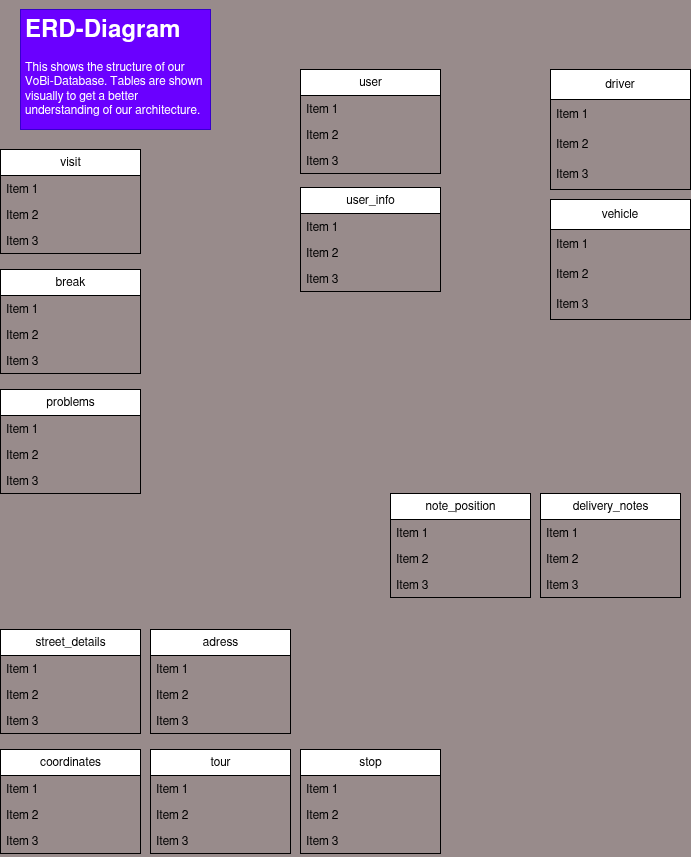
gabrielbindi/VoBi-Tour keeps this draw.io diagram as docs/database/database_erd.drawio.png. Above is the earlier version. Source tidied: cells renumbered, new cells last; positions are measured from the earlier drawing's top-left corner, leaving out a move shared by most shapes.
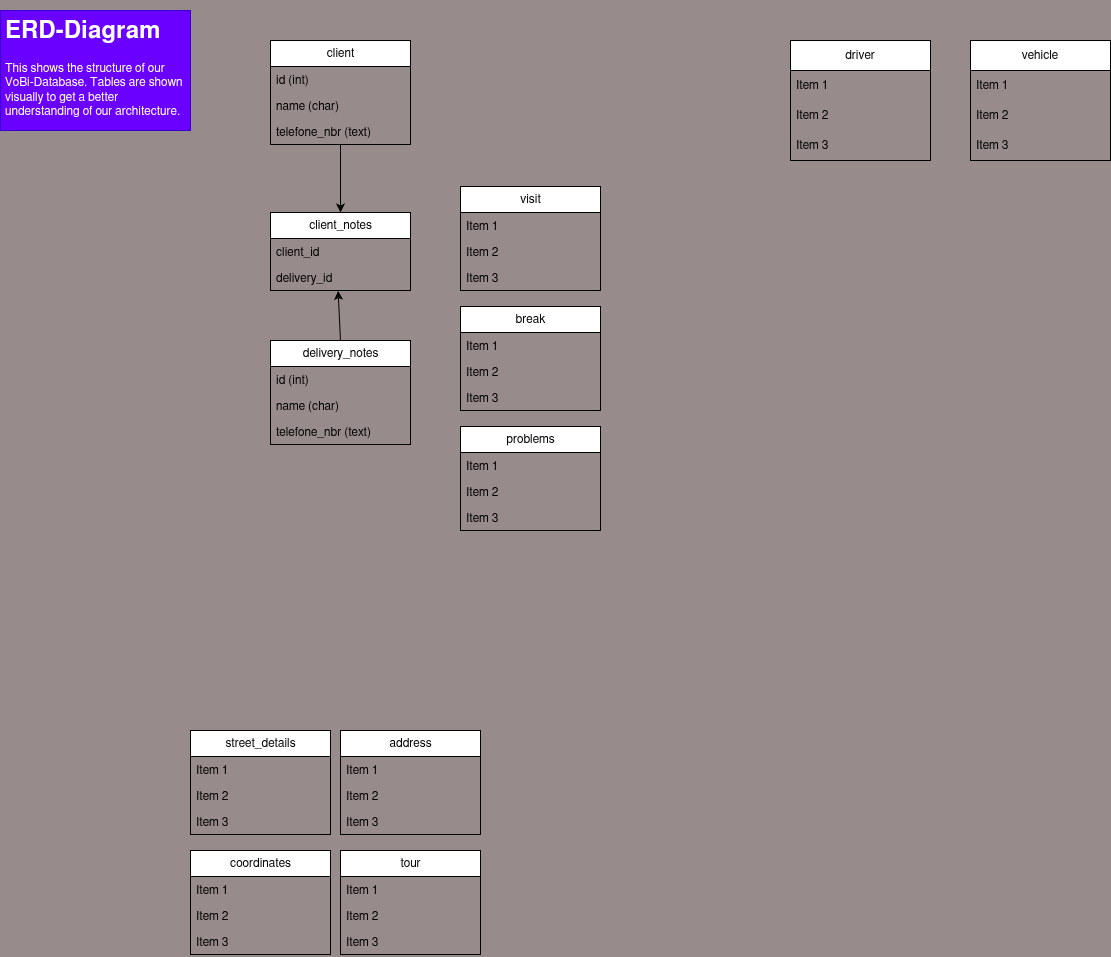
Later version of the same file.

Commit message:
#15 client->notes connection

The edit, as a diff of the source:
```diff
@@ -6,7 +6,7 @@
       <mxGeometry x="20" width="190" height="120" as="geometry" />
     </mxCell>
     <mxCell id="3" value="vehicle" style="swimlane;fontStyle=0;horizontal=1;startSize=30;whiteSpace=wrap;html=1;" parent="1" vertex="1">
-      <mxGeometry x="550" y="190" width="140" height="120" as="geometry" />
+      <mxGeometry x="990" y="30" width="140" height="120" as="geometry" />
     </mxCell>
     <mxCell id="4" value="Item 1" style="text;strokeColor=none;fillColor=none;align=left;verticalAlign=middle;spacingLeft=4;spacingRight=4;overflow=hidden;whiteSpace=wrap;html=1;" parent="3" vertex="1">
       <mxGeometry y="30" width="140" height="30" as="geometry" />
@@ -18,7 +18,7 @@
       <mxGeometry y="90" width="140" height="30" as="geometry" />
     </mxCell>
     <mxCell id="7" value="driver" style="swimlane;fontStyle=0;horizontal=1;startSize=30;whiteSpace=wrap;html=1;" parent="1" vertex="1">
-      <mxGeometry x="550" y="60" width="140" height="120" as="geometry" />
+      <mxGeometry x="810" y="30" width="140" height="120" as="geometry" />
     </mxCell>
     <mxCell id="8" value="Item 1" style="text;strokeColor=none;fillColor=none;align=left;verticalAlign=middle;spacingLeft=4;spacingRight=4;overflow=hidden;whiteSpace=wrap;html=1;" parent="7" vertex="1">
       <mxGeometry y="30" width="140" height="30" as="geometry" />
@@ -29,20 +29,23 @@
     <mxCell id="10" value="Item 3" style="text;strokeColor=none;fillColor=none;align=left;verticalAlign=middle;spacingLeft=4;spacingRight=4;overflow=hidden;whiteSpace=wrap;html=1;" parent="7" vertex="1">
       <mxGeometry y="90" width="140" height="30" as="geometry" />
     </mxCell>
+    <mxCell id="59" style="edgeStyle=none;html=1;entryX=0.5;entryY=0;entryDx=0;entryDy=0;" parent="1" edge="1" source="11" target="51">
+      <mxGeometry relative="1" as="geometry" />
+    </mxCell>
-    <mxCell id="11" value="user" style="swimlane;fontStyle=0;horizontal=1;startSize=26;html=1;" parent="1" vertex="1">
-      <mxGeometry x="300" y="60" width="140" height="104" as="geometry" />
+    <mxCell id="11" value="client" style="swimlane;fontStyle=0;horizontal=1;startSize=26;html=1;" parent="1" vertex="1">
+      <mxGeometry x="290" y="30" width="140" height="104" as="geometry" />
     </mxCell>
-    <mxCell id="12" value="Item 1" style="text;strokeColor=none;fillColor=none;align=left;verticalAlign=top;spacingLeft=4;spacingRight=4;overflow=hidden;whiteSpace=wrap;html=1;" parent="11" vertex="1">
-      <mxGeometry y="26" width="140" height="26" as="geometry" />
-    </mxCell>
-    <mxCell id="13" value="Item 2" style="text;strokeColor=none;fillColor=none;align=left;verticalAlign=top;spacingLeft=4;spacingRight=4;overflow=hidden;whiteSpace=wrap;html=1;" parent="11" vertex="1">
-      <mxGeometry y="52" width="140" height="26" as="geometry" />
+    <mxCell id="13" value="id (int)" style="text;strokeColor=none;fillColor=none;align=left;verticalAlign=top;spacingLeft=4;spacingRight=4;overflow=hidden;whiteSpace=wrap;html=1;" parent="11" vertex="1">
+      <mxGeometry y="26" width="140" height="26" as="geometry" />
     </mxCell>
-    <mxCell id="14" value="Item 3" style="text;strokeColor=none;fillColor=none;align=left;verticalAlign=top;spacingLeft=4;spacingRight=4;overflow=hidden;whiteSpace=wrap;html=1;" parent="11" vertex="1">
-      <mxGeometry y="78" width="140" height="26" as="geometry" />
+    <mxCell id="14" value="name (char)" style="text;strokeColor=none;fillColor=none;align=left;verticalAlign=top;spacingLeft=4;spacingRight=4;overflow=hidden;whiteSpace=wrap;html=1;" parent="11" vertex="1">
+      <mxGeometry y="52" width="140" height="26" as="geometry" />
     </mxCell>
+    <mxCell id="60" value="telefone_nbr (text)" style="text;strokeColor=none;fillColor=none;align=left;verticalAlign=top;spacingLeft=4;spacingRight=4;overflow=hidden;whiteSpace=wrap;html=1;" parent="11" vertex="1">
+      <mxGeometry y="78" width="140" height="26" as="geometry" />
+    </mxCell>
-    <mxCell id="15" value="adress" style="swimlane;fontStyle=0;horizontal=1;startSize=26;html=1;" parent="1" vertex="1">
-      <mxGeometry x="150" y="620" width="140" height="104" as="geometry" />
+    <mxCell id="15" value="address" style="swimlane;fontStyle=0;horizontal=1;startSize=26;html=1;" parent="1" vertex="1">
+      <mxGeometry x="360" y="720" width="140" height="104" as="geometry" />
     </mxCell>
     <mxCell id="16" value="Item 1" style="text;strokeColor=none;fillColor=none;align=left;verticalAlign=top;spacingLeft=4;spacingRight=4;overflow=hidden;whiteSpace=wrap;html=1;" parent="15" vertex="1">
       <mxGeometry y="26" width="140" height="26" as="geometry" />
@@ -53,20 +56,8 @@
     <mxCell id="18" value="Item 3" style="text;strokeColor=none;fillColor=none;align=left;verticalAlign=top;spacingLeft=4;spacingRight=4;overflow=hidden;whiteSpace=wrap;html=1;" parent="15" vertex="1">
       <mxGeometry y="78" width="140" height="26" as="geometry" />
     </mxCell>
-    <mxCell id="19" value="note_position" style="swimlane;fontStyle=0;horizontal=1;startSize=26;html=1;" parent="1" vertex="1">
-      <mxGeometry x="390" y="484" width="140" height="104" as="geometry" />
-    </mxCell>
-    <mxCell id="20" value="Item 1" style="text;strokeColor=none;fillColor=none;align=left;verticalAlign=top;spacingLeft=4;spacingRight=4;overflow=hidden;whiteSpace=wrap;html=1;" parent="19" vertex="1">
-      <mxGeometry y="26" width="140" height="26" as="geometry" />
-    </mxCell>
-    <mxCell id="21" value="Item 2" style="text;strokeColor=none;fillColor=none;align=left;verticalAlign=top;spacingLeft=4;spacingRight=4;overflow=hidden;whiteSpace=wrap;html=1;" parent="19" vertex="1">
-      <mxGeometry y="52" width="140" height="26" as="geometry" />
-    </mxCell>
-    <mxCell id="22" value="Item 3" style="text;strokeColor=none;fillColor=none;align=left;verticalAlign=top;spacingLeft=4;spacingRight=4;overflow=hidden;whiteSpace=wrap;html=1;" parent="19" vertex="1">
-      <mxGeometry y="78" width="140" height="26" as="geometry" />
-    </mxCell>
     <mxCell id="23" value="street_details" style="swimlane;fontStyle=0;horizontal=1;startSize=26;html=1;" parent="1" vertex="1">
-      <mxGeometry y="620" width="140" height="104" as="geometry" />
+      <mxGeometry x="210" y="720" width="140" height="104" as="geometry" />
     </mxCell>
     <mxCell id="24" value="Item 1" style="text;strokeColor=none;fillColor=none;align=left;verticalAlign=top;spacingLeft=4;spacingRight=4;overflow=hidden;whiteSpace=wrap;html=1;" parent="23" vertex="1">
       <mxGeometry y="26" width="140" height="26" as="geometry" />
@@ -78,7 +69,7 @@
       <mxGeometry y="78" width="140" height="26" as="geometry" />
     </mxCell>
     <mxCell id="27" value="tour" style="swimlane;fontStyle=0;horizontal=1;startSize=26;html=1;" parent="1" vertex="1">
-      <mxGeometry x="150" y="740" width="140" height="104" as="geometry" />
+      <mxGeometry x="360" y="840" width="140" height="104" as="geometry" />
     </mxCell>
     <mxCell id="28" value="Item 1" style="text;strokeColor=none;fillColor=none;align=left;verticalAlign=top;spacingLeft=4;spacingRight=4;overflow=hidden;whiteSpace=wrap;html=1;" parent="27" vertex="1">
       <mxGeometry y="26" width="140" height="26" as="geometry" />
@@ -89,20 +80,8 @@
     <mxCell id="30" value="Item 3" style="text;strokeColor=none;fillColor=none;align=left;verticalAlign=top;spacingLeft=4;spacingRight=4;overflow=hidden;whiteSpace=wrap;html=1;" parent="27" vertex="1">
       <mxGeometry y="78" width="140" height="26" as="geometry" />
     </mxCell>
-    <mxCell id="31" value="stop" style="swimlane;fontStyle=0;horizontal=1;startSize=26;html=1;" parent="1" vertex="1">
-      <mxGeometry x="300" y="740" width="140" height="104" as="geometry" />
-    </mxCell>
-    <mxCell id="32" value="Item 1" style="text;strokeColor=none;fillColor=none;align=left;verticalAlign=top;spacingLeft=4;spacingRight=4;overflow=hidden;whiteSpace=wrap;html=1;" parent="31" vertex="1">
-      <mxGeometry y="26" width="140" height="26" as="geometry" />
-    </mxCell>
-    <mxCell id="33" value="Item 2" style="text;strokeColor=none;fillColor=none;align=left;verticalAlign=top;spacingLeft=4;spacingRight=4;overflow=hidden;whiteSpace=wrap;html=1;" parent="31" vertex="1">
-      <mxGeometry y="52" width="140" height="26" as="geometry" />
-    </mxCell>
-    <mxCell id="34" value="Item 3" style="text;strokeColor=none;fillColor=none;align=left;verticalAlign=top;spacingLeft=4;spacingRight=4;overflow=hidden;whiteSpace=wrap;html=1;" parent="31" vertex="1">
-      <mxGeometry y="78" width="140" height="26" as="geometry" />
-    </mxCell>
     <mxCell id="35" value="visit" style="swimlane;fontStyle=0;horizontal=1;startSize=26;html=1;" parent="1" vertex="1">
-      <mxGeometry y="140" width="140" height="104" as="geometry" />
+      <mxGeometry x="480" y="176" width="140" height="104" as="geometry" />
     </mxCell>
     <mxCell id="36" value="Item 1" style="text;strokeColor=none;fillColor=none;align=left;verticalAlign=top;spacingLeft=4;spacingRight=4;overflow=hidden;whiteSpace=wrap;html=1;" parent="35" vertex="1">
       <mxGeometry y="26" width="140" height="26" as="geometry" />
@@ -113,20 +92,8 @@
     <mxCell id="38" value="Item 3" style="text;strokeColor=none;fillColor=none;align=left;verticalAlign=top;spacingLeft=4;spacingRight=4;overflow=hidden;whiteSpace=wrap;html=1;" parent="35" vertex="1">
       <mxGeometry y="78" width="140" height="26" as="geometry" />
     </mxCell>
-    <mxCell id="39" value="coordinates" style="swimlane;fontStyle=0;horizontal=1;startSize=26;html=1;" parent="1" vertex="1">
-      <mxGeometry y="740" width="140" height="104" as="geometry" />
-    </mxCell>
-    <mxCell id="40" value="Item 1" style="text;strokeColor=none;fillColor=none;align=left;verticalAlign=top;spacingLeft=4;spacingRight=4;overflow=hidden;whiteSpace=wrap;html=1;" parent="39" vertex="1">
-      <mxGeometry y="26" width="140" height="26" as="geometry" />
-    </mxCell>
-    <mxCell id="41" value="Item 2" style="text;strokeColor=none;fillColor=none;align=left;verticalAlign=top;spacingLeft=4;spacingRight=4;overflow=hidden;whiteSpace=wrap;html=1;" parent="39" vertex="1">
-      <mxGeometry y="52" width="140" height="26" as="geometry" />
-    </mxCell>
-    <mxCell id="42" value="Item 3" style="text;strokeColor=none;fillColor=none;align=left;verticalAlign=top;spacingLeft=4;spacingRight=4;overflow=hidden;whiteSpace=wrap;html=1;" parent="39" vertex="1">
-      <mxGeometry y="78" width="140" height="26" as="geometry" />
-    </mxCell>
     <mxCell id="43" value="break" style="swimlane;fontStyle=0;horizontal=1;startSize=26;html=1;" parent="1" vertex="1">
-      <mxGeometry y="260" width="140" height="104" as="geometry" />
+      <mxGeometry x="480" y="296" width="140" height="104" as="geometry" />
     </mxCell>
     <mxCell id="44" value="Item 1" style="text;strokeColor=none;fillColor=none;align=left;verticalAlign=top;spacingLeft=4;spacingRight=4;overflow=hidden;whiteSpace=wrap;html=1;" parent="43" vertex="1">
       <mxGeometry y="26" width="140" height="26" as="geometry" />
@@ -138,7 +105,7 @@
       <mxGeometry y="78" width="140" height="26" as="geometry" />
     </mxCell>
     <mxCell id="47" value="problems" style="swimlane;fontStyle=0;horizontal=1;startSize=26;html=1;" parent="1" vertex="1">
-      <mxGeometry y="380" width="140" height="104" as="geometry" />
+      <mxGeometry x="480" y="416" width="140" height="104" as="geometry" />
     </mxCell>
     <mxCell id="48" value="Item 1" style="text;strokeColor=none;fillColor=none;align=left;verticalAlign=top;spacingLeft=4;spacingRight=4;overflow=hidden;whiteSpace=wrap;html=1;" parent="47" vertex="1">
       <mxGeometry y="26" width="140" height="26" as="geometry" />
@@ -149,29 +116,41 @@
     <mxCell id="50" value="Item 3" style="text;strokeColor=none;fillColor=none;align=left;verticalAlign=top;spacingLeft=4;spacingRight=4;overflow=hidden;whiteSpace=wrap;html=1;" parent="47" vertex="1">
       <mxGeometry y="78" width="140" height="26" as="geometry" />
     </mxCell>
-    <mxCell id="51" value="delivery_notes" style="swimlane;fontStyle=0;horizontal=1;startSize=26;html=1;" parent="1" vertex="1">
-      <mxGeometry x="540" y="484" width="140" height="104" as="geometry" />
+    <mxCell id="51" value="client_notes" style="swimlane;fontStyle=0;horizontal=1;startSize=26;html=1;" parent="1" vertex="1">
+      <mxGeometry x="290" y="202" width="140" height="78" as="geometry" />
     </mxCell>
-    <mxCell id="52" value="Item 1" style="text;strokeColor=none;fillColor=none;align=left;verticalAlign=top;spacingLeft=4;spacingRight=4;overflow=hidden;whiteSpace=wrap;html=1;" parent="51" vertex="1">
+    <mxCell id="52" value="client_id" style="text;fillColor=none;align=left;verticalAlign=top;spacingLeft=4;spacingRight=4;overflow=hidden;whiteSpace=wrap;html=1;" parent="51" vertex="1">
       <mxGeometry y="26" width="140" height="26" as="geometry" />
     </mxCell>
-    <mxCell id="53" value="Item 2" style="text;strokeColor=none;fillColor=none;align=left;verticalAlign=top;spacingLeft=4;spacingRight=4;overflow=hidden;points=[[0,0.5],[1,0.5]];portConstraint=eastwest;whiteSpace=wrap;html=1;" parent="51" vertex="1">
+    <mxCell id="53" value="delivery_id" style="text;fillColor=none;align=left;verticalAlign=top;spacingLeft=4;spacingRight=4;overflow=hidden;points=[[0,0.5],[1,0.5]];portConstraint=eastwest;whiteSpace=wrap;html=1;" parent="51" vertex="1">
       <mxGeometry y="52" width="140" height="26" as="geometry" />
     </mxCell>
-    <mxCell id="54" value="Item 3" style="text;strokeColor=none;fillColor=none;align=left;verticalAlign=top;spacingLeft=4;spacingRight=4;overflow=hidden;whiteSpace=wrap;html=1;" parent="51" vertex="1">
-      <mxGeometry y="78" width="140" height="26" as="geometry" />
-    </mxCell>
-    <mxCell id="55" value="user_info" style="swimlane;fontStyle=0;horizontal=1;startSize=26;html=1;" parent="1" vertex="1">
-      <mxGeometry x="300" y="178" width="140" height="104" as="geometry" />
-    </mxCell>
-    <mxCell id="56" value="Item 1" style="text;strokeColor=none;fillColor=none;align=left;verticalAlign=top;spacingLeft=4;spacingRight=4;overflow=hidden;whiteSpace=wrap;html=1;" parent="55" vertex="1">
-      <mxGeometry y="26" width="140" height="26" as="geometry" />
-    </mxCell>
-    <mxCell id="57" value="Item 2" style="text;strokeColor=none;fillColor=none;align=left;verticalAlign=top;spacingLeft=4;spacingRight=4;overflow=hidden;whiteSpace=wrap;html=1;" parent="55" vertex="1">
-      <mxGeometry y="52" width="140" height="26" as="geometry" />
-    </mxCell>
-    <mxCell id="58" value="Item 3" style="text;strokeColor=none;fillColor=none;align=left;verticalAlign=top;spacingLeft=4;spacingRight=4;overflow=hidden;whiteSpace=wrap;html=1;" parent="55" vertex="1">
-      <mxGeometry y="78" width="140" height="26" as="geometry" />
-    </mxCell>
+    <mxCell id="39" value="coordinates" style="swimlane;fontStyle=0;horizontal=1;startSize=26;html=1;" parent="1" vertex="1">
+      <mxGeometry x="210" y="840" width="140" height="104" as="geometry" />
+    </mxCell>
+    <mxCell id="61" value="Item 1" style="text;fillColor=none;align=left;verticalAlign=top;spacingLeft=4;spacingRight=4;overflow=hidden;whiteSpace=wrap;html=1;" parent="39" vertex="1">
+      <mxGeometry y="26" width="140" height="26" as="geometry" />
+    </mxCell>
+    <mxCell id="62" value="Item 2" style="text;fillColor=none;align=left;verticalAlign=top;spacingLeft=4;spacingRight=4;overflow=hidden;whiteSpace=wrap;html=1;" parent="39" vertex="1">
+      <mxGeometry y="52" width="140" height="26" as="geometry" />
+    </mxCell>
+    <mxCell id="63" value="Item 3" style="text;fillColor=none;align=left;verticalAlign=top;spacingLeft=4;spacingRight=4;overflow=hidden;whiteSpace=wrap;html=1;" parent="39" vertex="1">
+      <mxGeometry y="78" width="140" height="26" as="geometry" />
+    </mxCell>
+    <mxCell id="64" style="edgeStyle=none;html=1;exitX=0.5;exitY=0;exitDx=0;exitDy=0;entryX=0.483;entryY=1.018;entryDx=0;entryDy=0;entryPerimeter=0;" parent="1" edge="1" source="65" target="53">
+      <mxGeometry relative="1" as="geometry" />
+    </mxCell>
+    <mxCell id="65" value="delivery_notes" style="swimlane;fontStyle=0;horizontal=1;startSize=26;html=1;" parent="1" vertex="1">
+      <mxGeometry x="290" y="330" width="140" height="104" as="geometry" />
+    </mxCell>
+    <mxCell id="66" value="id (int)" style="text;strokeColor=none;fillColor=none;align=left;verticalAlign=top;spacingLeft=4;spacingRight=4;overflow=hidden;whiteSpace=wrap;html=1;" parent="65" vertex="1">
+      <mxGeometry y="26" width="140" height="26" as="geometry" />
+    </mxCell>
+    <mxCell id="67" value="name (char)" style="text;strokeColor=none;fillColor=none;align=left;verticalAlign=top;spacingLeft=4;spacingRight=4;overflow=hidden;whiteSpace=wrap;html=1;" parent="65" vertex="1">
+      <mxGeometry y="52" width="140" height="26" as="geometry" />
+    </mxCell>
+    <mxCell id="68" value="telefone_nbr (text)" style="text;strokeColor=none;fillColor=none;align=left;verticalAlign=top;spacingLeft=4;spacingRight=4;overflow=hidden;whiteSpace=wrap;html=1;" parent="65" vertex="1">
+      <mxGeometry y="78" width="140" height="26" as="geometry" />
+    </mxCell>
   </root>
 </mxGraphModel>
```
